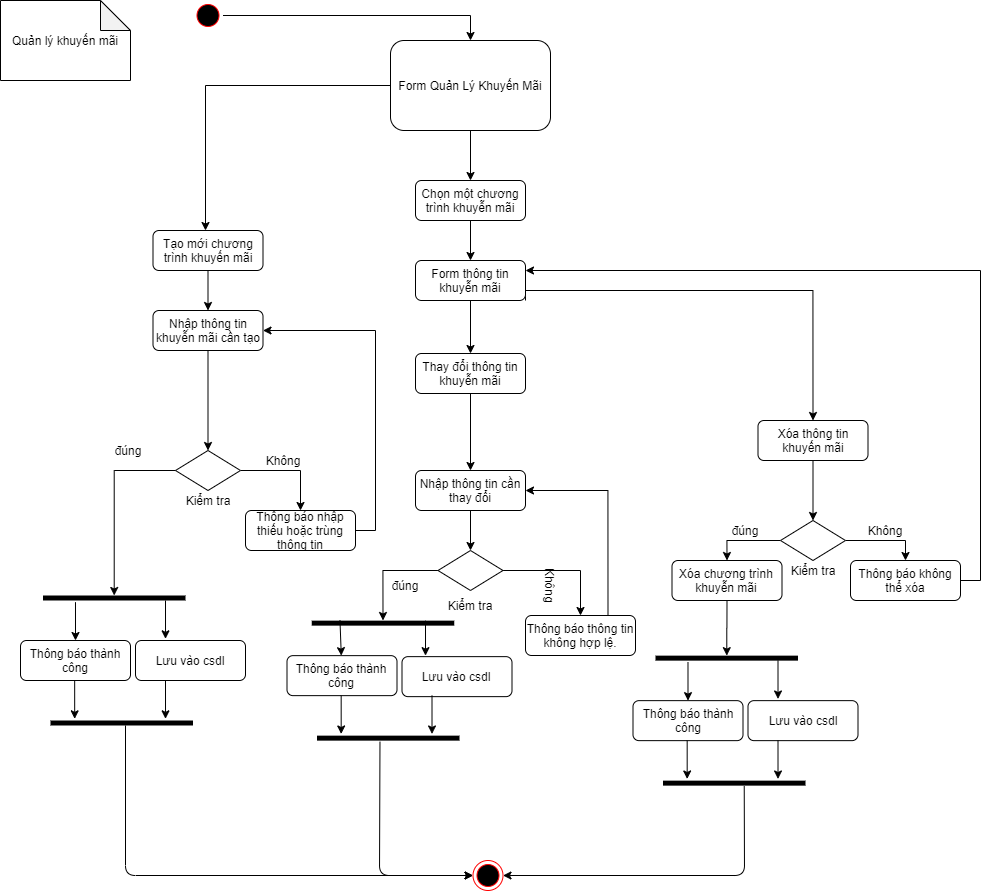
Above: Diagram/Activity/QuanLyKhuyenMai.png in TccKaiCi/PTTK_CuaHangGiay (draw.io), before the change. Source tidied: cells renumbered, new cells last; positions are measured from the earlier drawing's top-left corner, leaving out a move shared by most shapes.
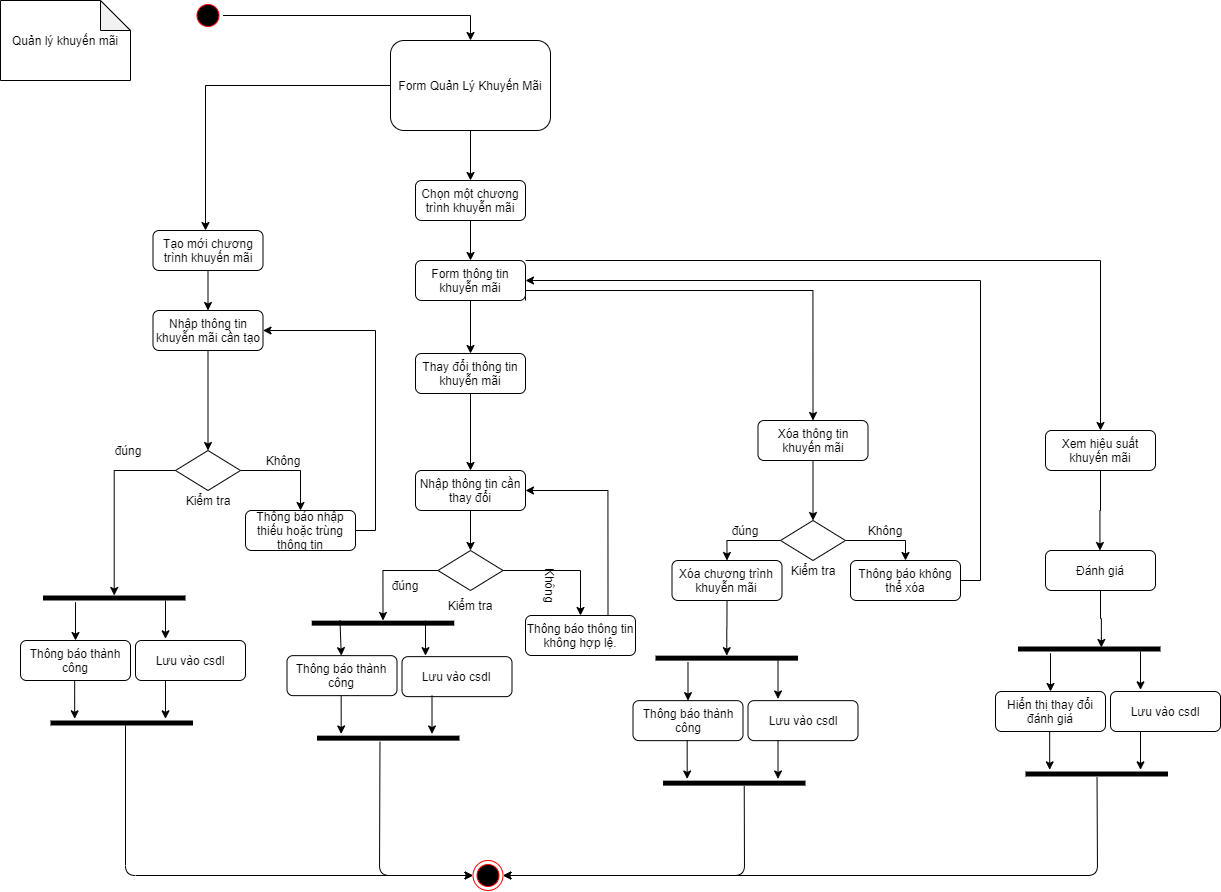
Later version of the same file.

The edit, as a diff of the source:
```diff
@@ -66,6 +66,13 @@
         </Array>
       </mxGeometry>
     </mxCell>
+    <mxCell id="78" style="edgeStyle=orthogonalEdgeStyle;rounded=0;jettySize=auto;html=1;exitX=1;exitY=0;exitDx=0;exitDy=0;" parent="1" edge="1" source="21" target="80">
+      <mxGeometry relative="1" as="geometry">
+        <Array as="points">
+          <mxPoint x="1100" y="260" />
+        </Array>
+      </mxGeometry>
+    </mxCell>
     <mxCell id="21" value="Form thông tin khuyễn mãi" style="rounded=1;whiteSpace=wrap;html=1;" parent="1" vertex="1">
       <mxGeometry x="415" y="260" width="110" height="40" as="geometry" />
     </mxCell>
@@ -113,7 +120,7 @@
     <mxCell id="35" value="Xóa chương trình khuyễn mãi" style="rounded=1;whiteSpace=wrap;html=1;" parent="1" vertex="1">
       <mxGeometry x="671.5" y="560" width="110" height="40" as="geometry" />
     </mxCell>
-    <mxCell id="36" style="edgeStyle=orthogonalEdgeStyle;rounded=0;jettySize=auto;html=1;exitX=1;exitY=0.5;exitDx=0;exitDy=0;entryX=1;entryY=0.25;entryDx=0;entryDy=0;entryPerimeter=0;" parent="1" edge="1" source="37" target="21">
+    <mxCell id="36" style="edgeStyle=orthogonalEdgeStyle;rounded=0;jettySize=auto;html=1;exitX=1;exitY=0.5;exitDx=0;exitDy=0;entryX=1;entryY=0.5;entryDx=0;entryDy=0;entryPerimeter=0;" parent="1" edge="1" source="37" target="21">
       <mxGeometry relative="1" as="geometry" />
     </mxCell>
     <mxCell id="37" value="Thông báo không thể xóa" style="rounded=1;whiteSpace=wrap;html=1;" parent="1" vertex="1">
@@ -285,5 +292,61 @@
     <mxCell id="77" style="edgeStyle=orthogonalEdgeStyle;rounded=0;orthogonalLoop=1;jettySize=auto;html=1;exitX=0.5;exitY=1;exitDx=0;exitDy=0;" parent="1" edge="1" source="27" target="27">
       <mxGeometry relative="1" as="geometry" />
     </mxCell>
+    <mxCell id="79" style="edgeStyle=orthogonalEdgeStyle;rounded=0;jettySize=auto;html=1;exitX=0.5;exitY=1;exitDx=0;exitDy=0;" parent="1" edge="1" source="80">
+      <mxGeometry relative="1" as="geometry">
+        <mxPoint x="1099.4" y="550" as="targetPoint" />
+      </mxGeometry>
+    </mxCell>
+    <mxCell id="80" value="Xem hiệu suất khuyến mãi&lt;br&gt;" style="rounded=1;whiteSpace=wrap;html=1;" parent="1" vertex="1">
+      <mxGeometry x="1045" y="430" width="110" height="40" as="geometry" />
+    </mxCell>
+    <mxCell id="81" style="edgeStyle=orthogonalEdgeStyle;rounded=0;jettySize=auto;html=1;exitX=0.5;exitY=1;exitDx=0;exitDy=0;entryX=0.2;entryY=0.415;entryDx=0;entryDy=0;entryPerimeter=0;" parent="1" edge="1" source="82" target="83">
+      <mxGeometry relative="1" as="geometry" />
+    </mxCell>
+    <mxCell id="82" value="Đánh giá" style="rounded=1;whiteSpace=wrap;html=1;" parent="1" vertex="1">
+      <mxGeometry x="1045" y="550" width="110" height="40" as="geometry" />
+    </mxCell>
+    <mxCell id="83" style="html=1;points=[];perimeter=orthogonalPerimeter;fillColor=#000000;strokeColor=none;direction=south;" parent="1" vertex="1">
+      <mxGeometry x="1017.5" y="646" width="142.5" height="5" as="geometry" />
+    </mxCell>
+    <mxCell id="84" style="endArrow=classic;html=1;exitX=1.333;exitY=0.772;exitDx=0;exitDy=0;exitPerimeter=0;" parent="1" edge="1" source="83">
+      <mxGeometry relative="1" as="geometry">
+        <mxPoint x="1050" y="691" as="targetPoint" />
+      </mxGeometry>
+    </mxCell>
+    <mxCell id="85" value="Hiển thị thay đổi đánh giá" style="rounded=1;whiteSpace=wrap;html=1;" parent="1" vertex="1">
+      <mxGeometry x="995" y="691" width="110" height="40" as="geometry" />
+    </mxCell>
+    <mxCell id="86" value="Lưu vào csdl" style="rounded=1;whiteSpace=wrap;html=1;" parent="1" vertex="1">
+      <mxGeometry x="1110" y="691" width="110" height="40" as="geometry" />
+    </mxCell>
+    <mxCell id="87" style="endArrow=classic;html=1;exitX=1.333;exitY=0.772;exitDx=0;exitDy=0;exitPerimeter=0;" parent="1" edge="1">
+      <mxGeometry relative="1" as="geometry">
+        <mxPoint x="1140" y="651" as="sourcePoint" />
+        <mxPoint x="1140" y="689.3" as="targetPoint" />
+      </mxGeometry>
+    </mxCell>
+    <mxCell id="88" style="endArrow=classic;html=1;exitX=1.333;exitY=0.772;exitDx=0;exitDy=0;exitPerimeter=0;" parent="1" edge="1">
+      <mxGeometry relative="1" as="geometry">
+        <mxPoint x="1049.2" y="731" as="sourcePoint" />
+        <mxPoint x="1049.2" y="769.3" as="targetPoint" />
+      </mxGeometry>
+    </mxCell>
+    <mxCell id="89" style="endArrow=classic;html=1;exitX=1.333;exitY=0.772;exitDx=0;exitDy=0;exitPerimeter=0;" parent="1" edge="1">
+      <mxGeometry relative="1" as="geometry">
+        <mxPoint x="1140" y="731" as="sourcePoint" />
+        <mxPoint x="1140" y="769.3" as="targetPoint" />
+      </mxGeometry>
+    </mxCell>
+    <mxCell id="90" style="html=1;points=[];perimeter=orthogonalPerimeter;fillColor=#000000;strokeColor=none;direction=south;" parent="1" vertex="1">
+      <mxGeometry x="1025" y="771" width="142.5" height="5" as="geometry" />
+    </mxCell>
+    <mxCell id="91" style="endArrow=classic;html=1;entryX=1;entryY=0.5;entryDx=0;entryDy=0;exitX=1.2;exitY=0.498;exitDx=0;exitDy=0;exitPerimeter=0;" parent="1" edge="1" source="90" target="10">
+      <mxGeometry relative="1" as="geometry">
+        <Array as="points">
+          <mxPoint x="1097" y="875" />
+        </Array>
+      </mxGeometry>
+    </mxCell>
   </root>
 </mxGraphModel>
```
